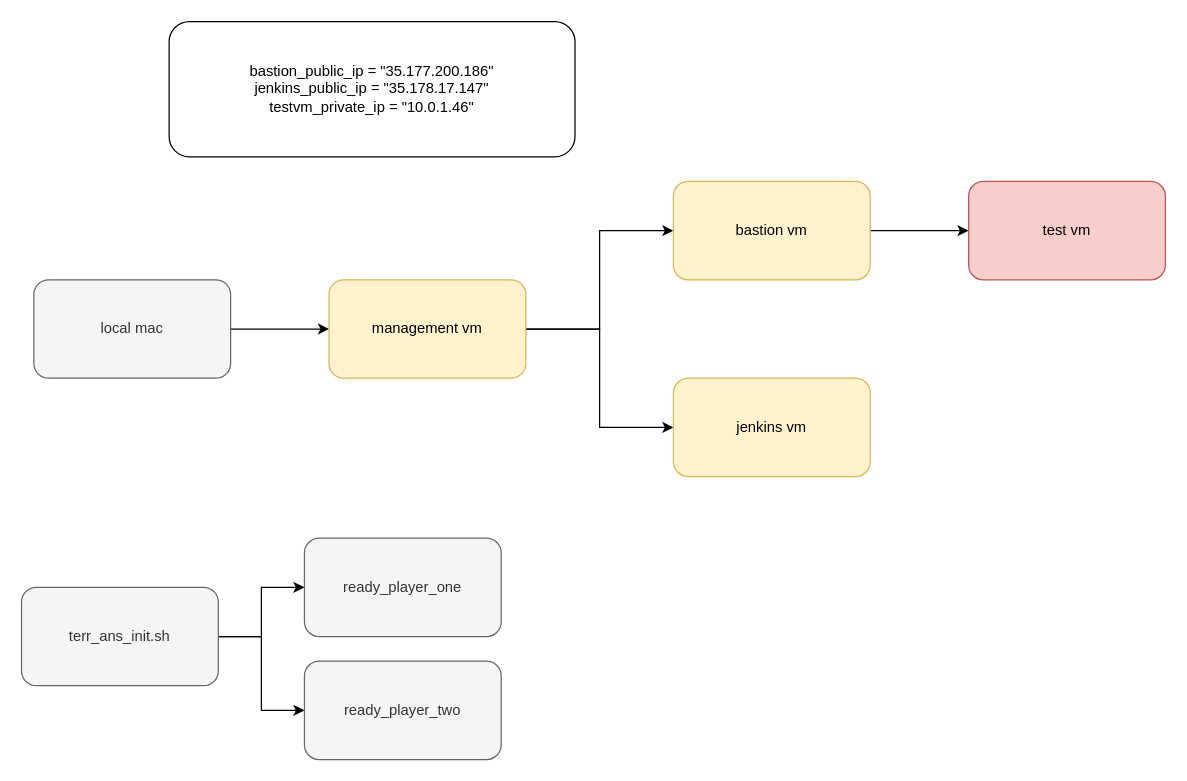
Earlier version of the draw.io diagram other_files/bastion_connection_diag.drawio (Jenkins-Spice-Latte/QA-Help-Queue-App). Source tidied: cells renumbered, new cells numbered last; positions are measured from the earlier drawing's top-left corner, leaving out a move shared by most shapes. Both pictures are drawn from the tidied source at 123%, with x=0, y=0 at pixel (21, 21).
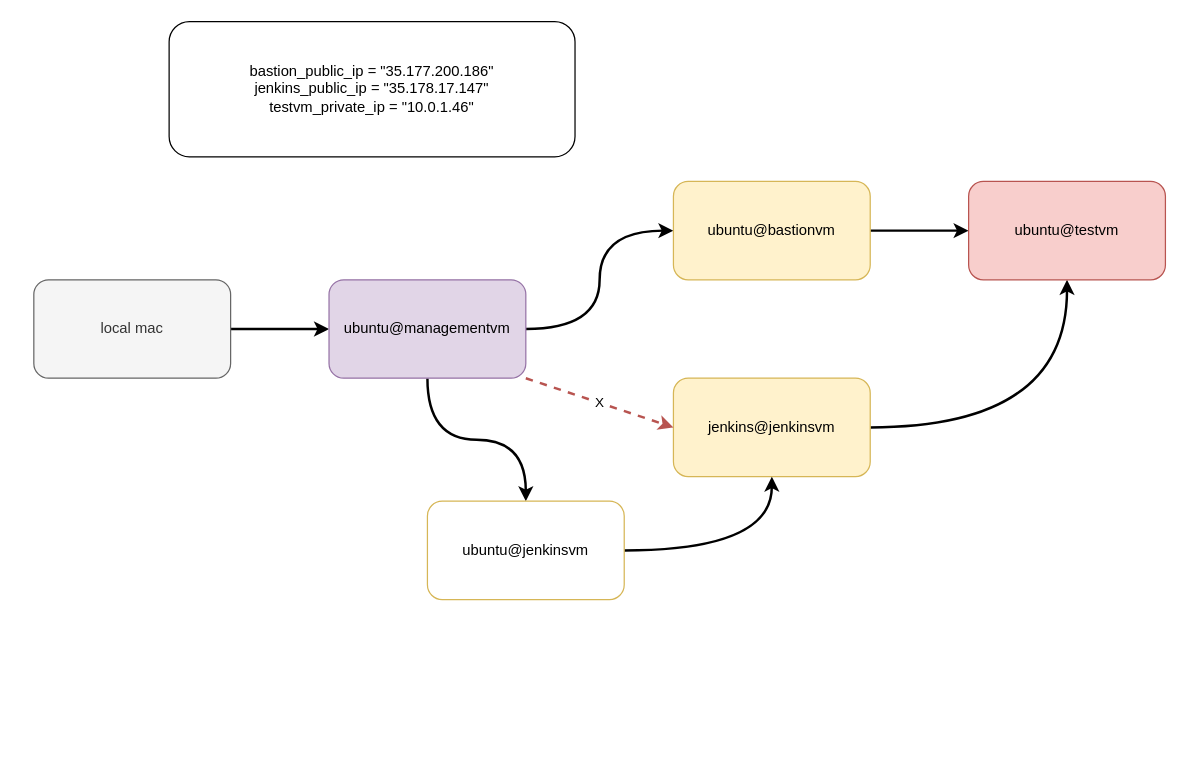
The same page after the edit.

The edit, as a diff of the source:
```diff
@@
 <mxGraphModel>
   <root>
     <mxCell id="0" />
     <mxCell id="1" parent="0" />
-    <mxCell id="2" style="edgeStyle=orthogonalEdgeStyle;rounded=0;jettySize=auto;html=1;" parent="1" edge="1" source="3" target="6">
+    <mxCell id="2" style="edgeStyle=orthogonalEdgeStyle;curved=1;rounded=0;jettySize=auto;html=1;exitX=1;exitY=0.5;exitDx=0;exitDy=0;entryX=0;entryY=0.5;entryDx=0;entryDy=0;startArrow=none;startFill=0;endArrow=classic;endFill=1;strokeWidth=2;" parent="1" edge="1" source="3" target="6">
       <mxGeometry relative="1" as="geometry" />
     </mxCell>
     <mxCell id="3" value="local mac" style="rounded=1;whiteSpace=wrap;html=1;fillColor=#f5f5f5;strokeColor=#666666;fontColor=#333333;" parent="1" vertex="1">
       <mxGeometry x="10" y="210" width="160" height="80" as="geometry" />
     </mxCell>
+    <mxCell id="17" style="edgeStyle=orthogonalEdgeStyle;curved=1;rounded=0;jettySize=auto;html=1;exitX=0.5;exitY=1;exitDx=0;exitDy=0;startArrow=none;startFill=0;endArrow=classic;endFill=1;strokeWidth=2;" parent="1" edge="1" source="6" target="20">
+      <mxGeometry relative="1" as="geometry" />
+    </mxCell>
-    <mxCell id="4" style="edgeStyle=orthogonalEdgeStyle;rounded=0;jettySize=auto;html=1;entryX=0;entryY=0.5;entryDx=0;entryDy=0;" parent="1" edge="1" source="6" target="9">
+    <mxCell id="4" style="edgeStyle=orthogonalEdgeStyle;curved=1;rounded=0;jettySize=auto;html=1;exitX=1;exitY=0.5;exitDx=0;exitDy=0;entryX=0;entryY=0.5;entryDx=0;entryDy=0;startArrow=none;startFill=0;endArrow=classic;endFill=1;strokeWidth=2;" parent="1" edge="1" source="6" target="9">
       <mxGeometry relative="1" as="geometry" />
     </mxCell>
-    <mxCell id="5" style="edgeStyle=orthogonalEdgeStyle;rounded=0;jettySize=auto;html=1;exitX=1;exitY=0.5;exitDx=0;exitDy=0;entryX=0;entryY=0.5;entryDx=0;entryDy=0;" parent="1" edge="1" source="6" target="7">
-      <mxGeometry relative="1" as="geometry" />
-    </mxCell>
-    <mxCell id="6" value="management vm" style="rounded=1;whiteSpace=wrap;html=1;fillColor=#fff2cc;strokeColor=#d6b656;" parent="1" vertex="1">
+    <mxCell id="6" value="ubuntu@managementvm" style="rounded=1;whiteSpace=wrap;html=1;fillColor=#e1d5e7;strokeColor=#9673a6;" parent="1" vertex="1">
       <mxGeometry x="250" y="210" width="160" height="80" as="geometry" />
     </mxCell>
+    <mxCell id="18" style="edgeStyle=orthogonalEdgeStyle;curved=1;rounded=0;jettySize=auto;html=1;exitX=1;exitY=0.5;exitDx=0;exitDy=0;entryX=0.5;entryY=1;entryDx=0;entryDy=0;startArrow=none;startFill=0;endArrow=classic;endFill=1;strokeWidth=2;" parent="1" edge="1" source="7" target="10">
+      <mxGeometry relative="1" as="geometry" />
+    </mxCell>
-    <mxCell id="7" value="jenkins vm" style="rounded=1;whiteSpace=wrap;html=1;fillColor=#fff2cc;strokeColor=#d6b656;" parent="1" vertex="1">
+    <mxCell id="7" value="jenkins@jenkinsvm" style="rounded=1;whiteSpace=wrap;html=1;fillColor=#fff2cc;strokeColor=#d6b656;" parent="1" vertex="1">
       <mxGeometry x="530" y="290" width="160" height="80" as="geometry" />
     </mxCell>
-    <mxCell id="8" style="edgeStyle=orthogonalEdgeStyle;rounded=0;jettySize=auto;html=1;entryX=0;entryY=0.5;entryDx=0;entryDy=0;" parent="1" edge="1" source="9" target="10">
+    <mxCell id="8" style="edgeStyle=orthogonalEdgeStyle;curved=1;rounded=0;jettySize=auto;html=1;exitX=1;exitY=0.5;exitDx=0;exitDy=0;startArrow=none;startFill=0;endArrow=classic;endFill=1;strokeWidth=2;" parent="1" edge="1" source="9" target="10">
       <mxGeometry relative="1" as="geometry" />
     </mxCell>
-    <mxCell id="9" value="bastion vm" style="rounded=1;whiteSpace=wrap;html=1;fillColor=#fff2cc;strokeColor=#d6b656;" parent="1" vertex="1">
+    <mxCell id="9" value="ubuntu@bastionvm" style="rounded=1;whiteSpace=wrap;html=1;fillColor=#fff2cc;strokeColor=#d6b656;" parent="1" vertex="1">
       <mxGeometry x="530" y="130" width="160" height="80" as="geometry" />
     </mxCell>
-    <mxCell id="10" value="test vm" style="rounded=1;whiteSpace=wrap;html=1;fillColor=#f8cecc;strokeColor=#b85450;" parent="1" vertex="1">
+    <mxCell id="10" value="ubuntu@testvm" style="rounded=1;whiteSpace=wrap;html=1;fillColor=#f8cecc;strokeColor=#b85450;" parent="1" vertex="1">
       <mxGeometry x="770" y="130" width="160" height="80" as="geometry" />
     </mxCell>
     <mxCell id="11" value="bastion_public_ip = &quot;35.177.200.186&quot;&#10;jenkins_public_ip = &quot;35.178.17.147&quot;&#10;testvm_private_ip = &quot;10.0.1.46&quot;" style="rounded=1;whiteSpace=wrap;html=1;" parent="1" vertex="1">
       <mxGeometry x="120" width="330" height="110" as="geometry" />
     </mxCell>
-    <mxCell id="12" style="edgeStyle=orthogonalEdgeStyle;rounded=0;jettySize=auto;html=1;entryX=0;entryY=0.5;entryDx=0;entryDy=0;" parent="1" edge="1" source="14" target="15">
-      <mxGeometry relative="1" as="geometry" />
-    </mxCell>
-    <mxCell id="13" style="edgeStyle=orthogonalEdgeStyle;rounded=0;jettySize=auto;html=1;exitX=1;exitY=0.5;exitDx=0;exitDy=0;" parent="1" edge="1" source="14" target="16">
-      <mxGeometry relative="1" as="geometry" />
-    </mxCell>
-    <mxCell id="14" value="terr_ans_init.sh" style="rounded=1;whiteSpace=wrap;html=1;fillColor=#f5f5f5;strokeColor=#666666;fontColor=#333333;" parent="1" vertex="1">
-      <mxGeometry y="460" width="160" height="80" as="geometry" />
-    </mxCell>
-    <mxCell id="15" value="ready_player_one" style="rounded=1;whiteSpace=wrap;html=1;fillColor=#f5f5f5;strokeColor=#666666;fontColor=#333333;" parent="1" vertex="1">
-      <mxGeometry x="230" y="420" width="160" height="80" as="geometry" />
-    </mxCell>
-    <mxCell id="16" value="ready_player_two" style="rounded=1;whiteSpace=wrap;html=1;fillColor=#f5f5f5;strokeColor=#666666;fontColor=#333333;" parent="1" vertex="1">
-      <mxGeometry x="230" y="520" width="160" height="80" as="geometry" />
-    </mxCell>
+    <mxCell id="19" style="edgeStyle=orthogonalEdgeStyle;curved=1;rounded=0;jettySize=auto;html=1;exitX=1;exitY=0.5;exitDx=0;exitDy=0;entryX=0.5;entryY=1;entryDx=0;entryDy=0;startArrow=none;startFill=0;endArrow=classic;endFill=1;strokeWidth=2;" parent="1" edge="1" source="20" target="7">
+      <mxGeometry relative="1" as="geometry" />
+    </mxCell>
+    <mxCell id="20" value="ubuntu@jenkinsvm" style="rounded=1;whiteSpace=wrap;html=1;strokeColor=#d6b656;fillColor=none;" parent="1" vertex="1">
+      <mxGeometry x="330" y="390" width="160" height="80" as="geometry" />
+    </mxCell>
+    <mxCell id="5" style="endArrow=classic;html=1;strokeWidth=2;exitX=1;exitY=1;exitDx=0;exitDy=0;entryX=0;entryY=0.5;entryDx=0;entryDy=0;dashed=1;fillColor=#f8cecc;strokeColor=#b85450;" parent="1" edge="1" source="6" target="7">
+      <mxGeometry relative="1" as="geometry" />
+    </mxCell>
+    <mxCell id="21" value="X" style="edgeLabel;html=1;align=center;verticalAlign=middle;" parent="5" vertex="1">
+      <mxGeometry relative="1" as="geometry" />
+    </mxCell>
   </root>
 </mxGraphModel>
```
